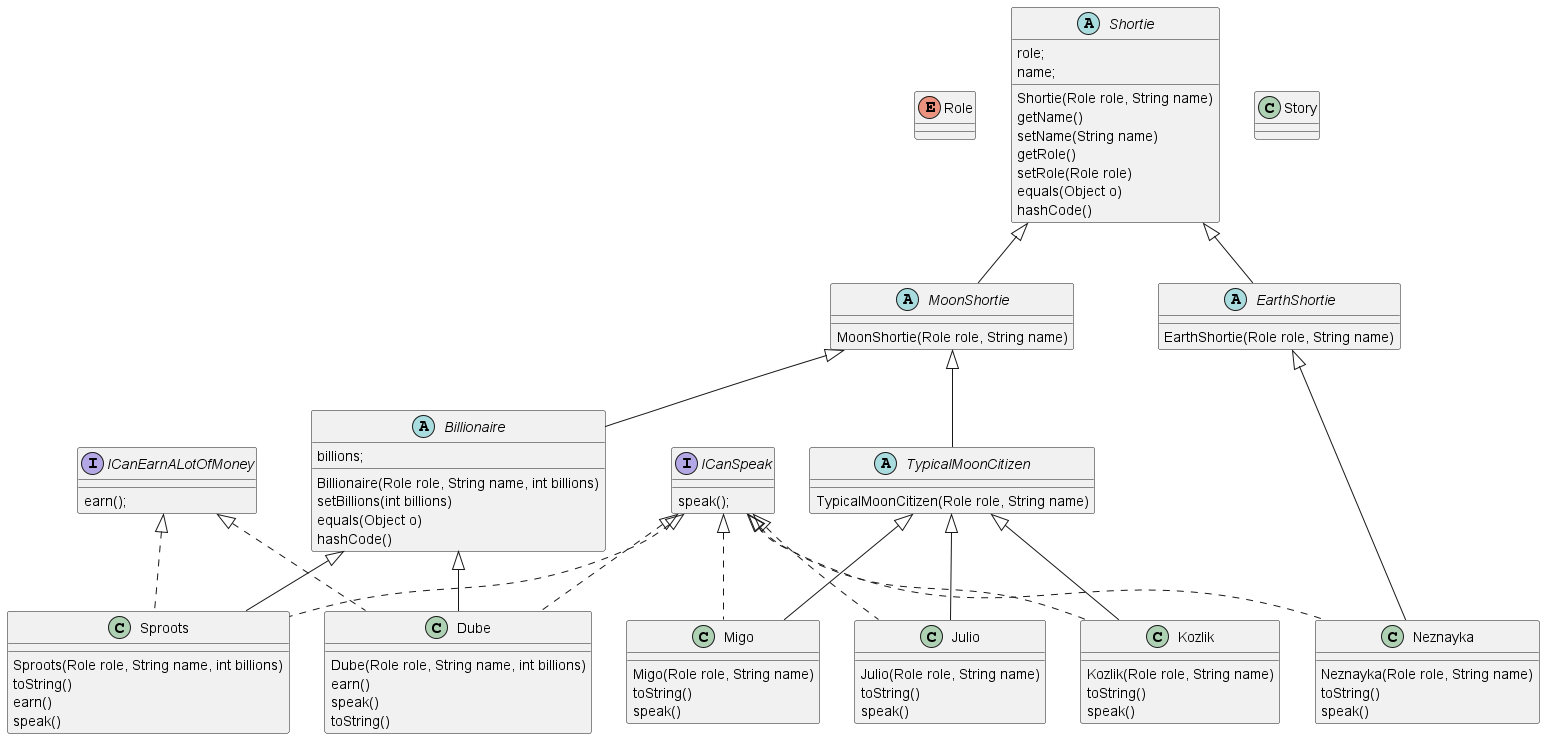
The PlantUML diagram Lab3/UML.png in fjus/ItmoLabs, before a commit. The source it was exported from:
```plantuml
@startuml
enum Role
interface ICanEarnALotOfMoney {
    earn();
}
interface ICanSpeak {
    speak();
}
abstract class Billionaire extends MoonShortie{
    billions;
    Billionaire(Role role, String name, int billions)
    setBillions(int billions)
    equals(Object o)
    hashCode()
}
abstract class MoonShortie extends Shortie {

    MoonShortie(Role role, String name)
}
class Dube extends Billionaire implements ICanEarnALotOfMoney, ICanSpeak {


    Dube(Role role, String name, int billions)
    earn()
    speak()
    toString()

}
abstract class EarthShortie extends Shortie{

    EarthShortie(Role role, String name)
}
class Julio extends TypicalMoonCitizen implements ICanSpeak {

    Julio(Role role, String name)
    toString()
    speak()
}
class Kozlik extends TypicalMoonCitizen implements ICanSpeak {

    Kozlik(Role role, String name)
    toString()
    speak()
}
class Migo extends TypicalMoonCitizen implements ICanSpeak {
    Migo(Role role, String name)
    toString()
    speak()
}
class Neznayka extends EarthShortie implements ICanSpeak {
    Neznayka(Role role, String name)
    toString()
    speak()
}
abstract class Shortie{
    role;
    name;
    Shortie(Role role, String name)
    getName()
    setName(String name)
    getRole()
    setRole(Role role)
    equals(Object o)
    hashCode()
}
class Sproots extends Billionaire implements ICanSpeak, ICanEarnALotOfMoney {

    Sproots(Role role, String name, int billions)
    toString()
    earn()
    speak()
}
abstract class TypicalMoonCitizen extends MoonShortie{
    TypicalMoonCitizen(Role role, String name)
}
class Story
@enduml
```
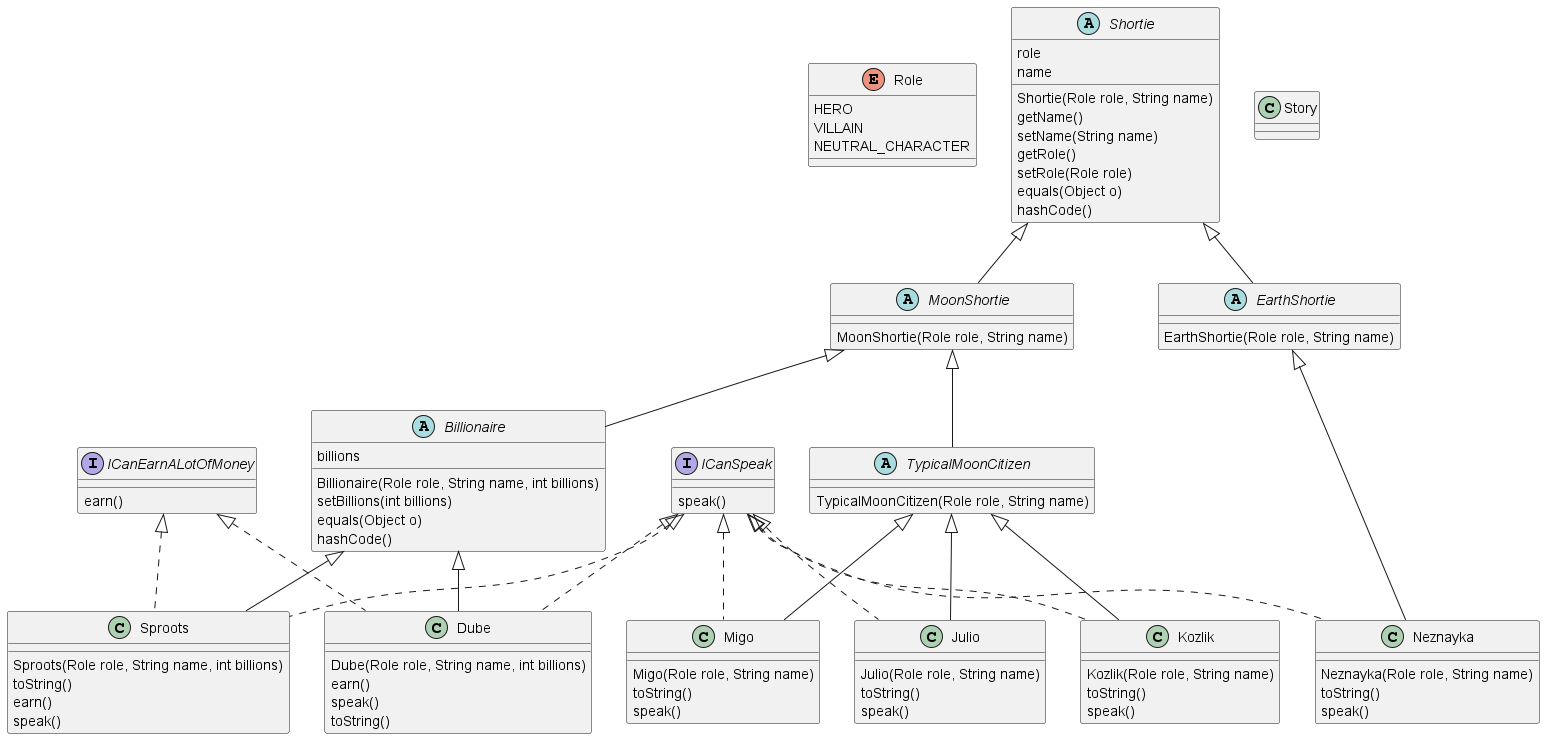
The same diagram one commit later.

Change to the diagram source:
```diff
@@ -1,13 +1,17 @@
 @startuml
-enum Role
+enum Role {
+        HERO
+        VILLAIN
+        NEUTRAL_CHARACTER
+}
 interface ICanEarnALotOfMoney {
-    earn();
+    earn()
 }
 interface ICanSpeak {
-    speak();
+    speak()
 }
 abstract class Billionaire extends MoonShortie{
-    billions;
+    billions
     Billionaire(Role role, String name, int billions)
     setBillions(int billions)
     equals(Object o)
@@ -53,8 +57,8 @@
     speak()
 }
 abstract class Shortie{
-    role;
-    name;
+    role
+    name
     Shortie(Role role, String name)
     getName()
     setName(String name)
```
